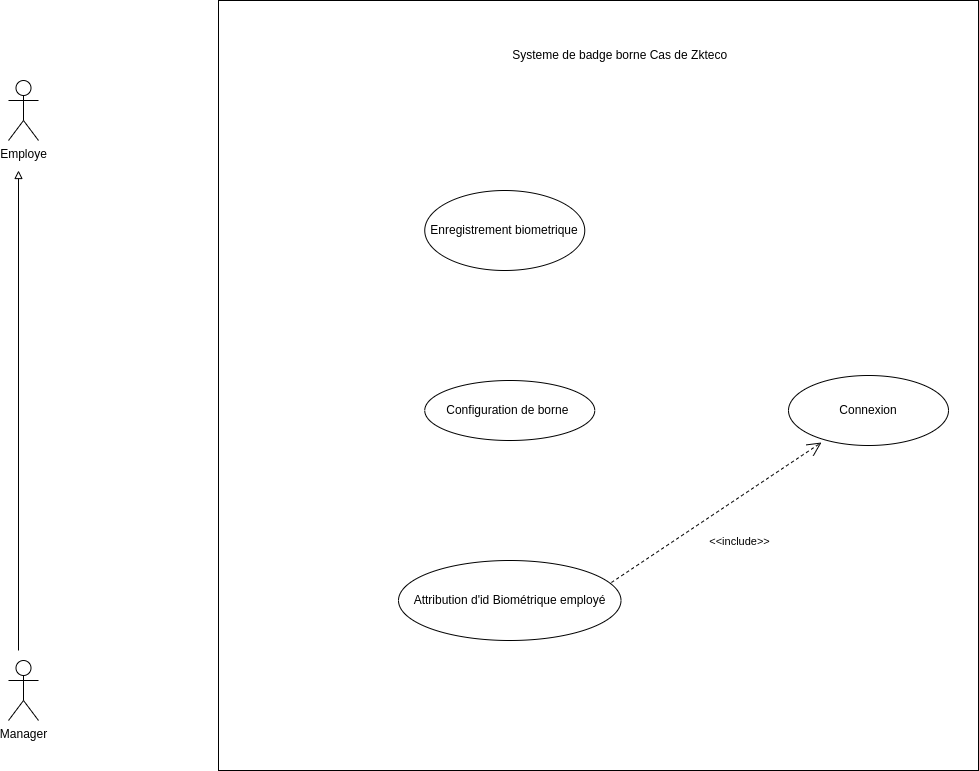
Siluearsene/borne_biometrique keeps this draw.io diagram as static/UsecaseZkteco.drawio.png. Above is the earlier version. Source tidied: cells renumbered, new cells last; positions are measured from the earlier drawing's top-left corner, leaving out a move shared by most shapes.
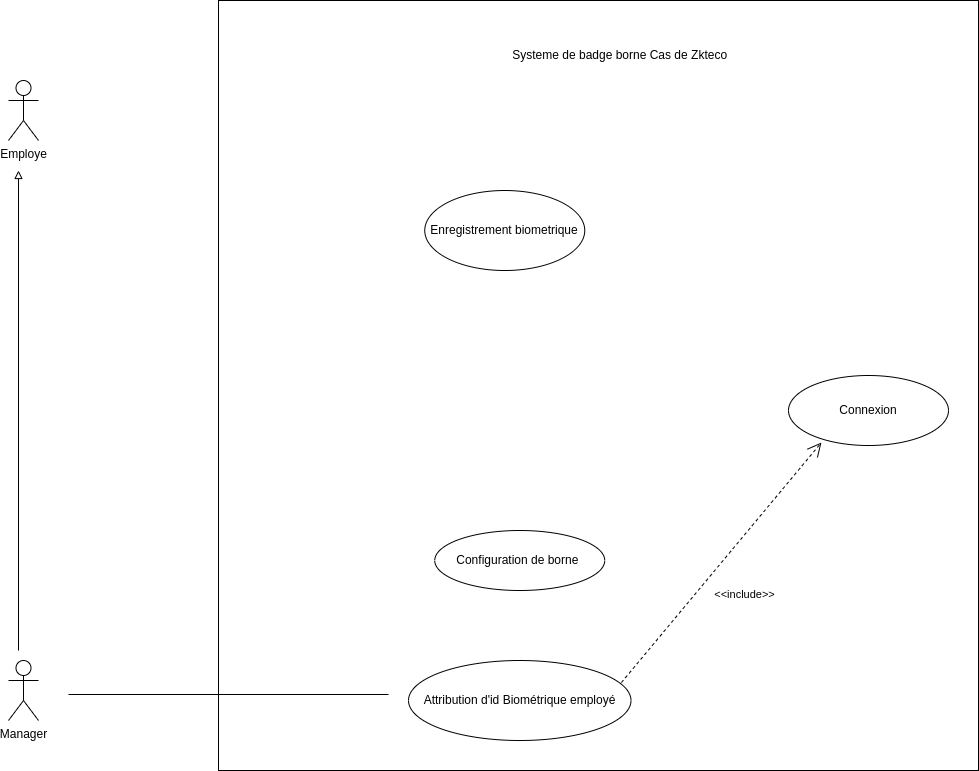
Above is the later version.

Commit message:
Mettre à jour UsecaseZkteco.drawio.png

Diff of the diagram source:
```diff
@@ -21,10 +21,10 @@
       </mxGeometry>
     </mxCell>
     <mxCell id="7" value="Configuration de borne&amp;nbsp;" style="ellipse;whiteSpace=wrap;html=1;" parent="1" vertex="1">
-      <mxGeometry x="416.2" y="380" width="170" height="60" as="geometry" />
+      <mxGeometry x="426.2" y="530" width="170" height="60" as="geometry" />
     </mxCell>
     <mxCell id="8" value="Attribution d'id Biométrique employé" style="ellipse;whiteSpace=wrap;html=1;" parent="1" vertex="1">
-      <mxGeometry x="390" y="560" width="222.5" height="80" as="geometry" />
+      <mxGeometry x="400" y="660" width="222.5" height="80" as="geometry" />
     </mxCell>
     <mxCell id="9" value="Enregistrement biometrique" style="ellipse;whiteSpace=wrap;html=1;" parent="1" vertex="1">
       <mxGeometry x="416.2" y="190" width="160" height="80" as="geometry" />
@@ -40,5 +40,8 @@
         <mxPoint x="29" y="25" as="offset" />
       </mxGeometry>
     </mxCell>
+    <mxCell id="13" style="line;strokeWidth=1;fillColor=none;align=left;verticalAlign=middle;spacingTop=-1;spacingLeft=3;spacingRight=3;labelPosition=right;strokeColor=inherit;" parent="1" vertex="1">
+      <mxGeometry x="60" y="690" width="320" height="8" as="geometry" />
+    </mxCell>
   </root>
 </mxGraphModel>
```
